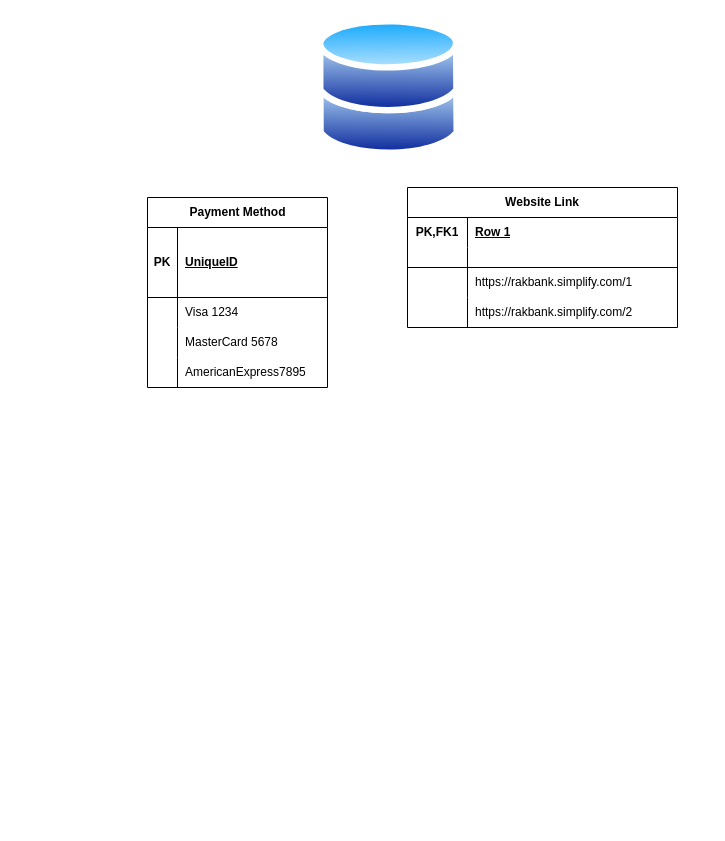
Above: proposal4.drawio in tarikwaleed/diagrams (draw.io), before the change. Source tidied: cells renumbered, new cells numbered last; positions are measured from the earlier drawing's top-left corner, leaving out a move shared by most shapes. Both pictures are drawn from the tidied source at 100%, with x=0, y=0 at pixel (147, 17).
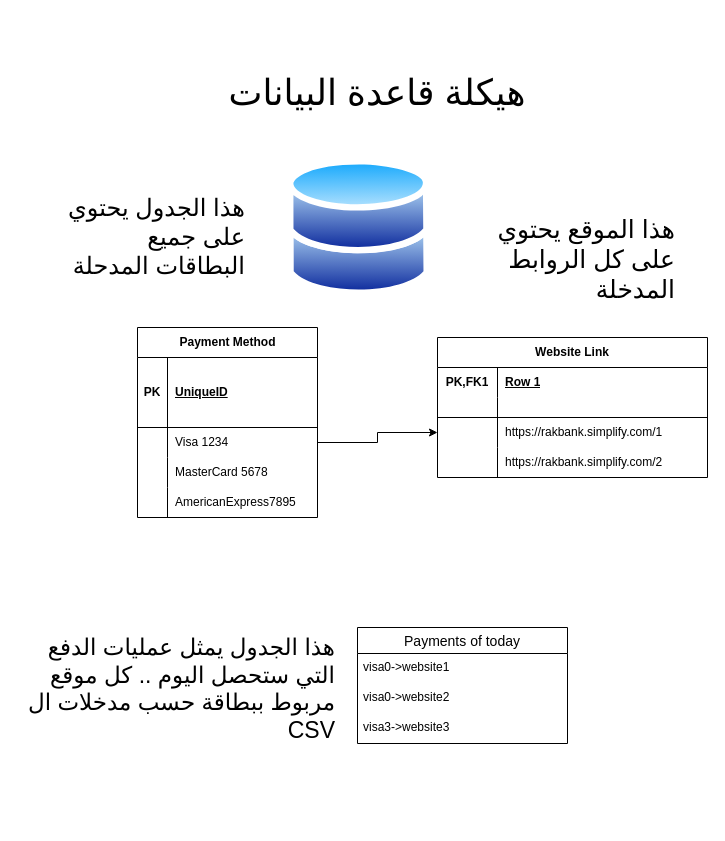
Above is the later version.

Unchanged cells that the change refers to:
```xml
<mxCell id="6" style="shape=tableRow;horizontal=0;startSize=0;swimlaneHead=0;swimlaneBody=0;fillColor=none;points=[[0,0.5],[1,0.5]];portConstraint=eastwest;top=0;left=0;right=0;bottom=0;" parent="2" vertex="1">
  <mxGeometry y="100" width="180" height="30" as="geometry" />
</mxCell>
<mxCell id="22" style="shape=tableRow;horizontal=0;startSize=0;swimlaneHead=0;swimlaneBody=0;fillColor=none;points=[[0,0.5],[1,0.5]];portConstraint=eastwest;top=0;left=0;right=0;bottom=0;html=1;" parent="15" vertex="1">
  <mxGeometry y="80" width="270" height="30" as="geometry" />
</mxCell>
```

Diff of the diagram source:
```diff
@@
     <mxCell id="2" value="Payment Method" style="shape=table;startSize=30;childLayout=tableLayout;rowLines=0;fontStyle=1;align=center;html=1;" parent="1" vertex="1">
-      <mxGeometry y="180" width="180" height="190" as="geometry" />
+      <mxGeometry x="-10" y="310" width="180" height="190" as="geometry" />
     </mxCell>
@@
     <mxCell id="15" value="Website Link" style="shape=table;startSize=30;childLayout=tableLayout;rowLines=0;fontStyle=1;align=center;html=1;whiteSpace=wrap;" parent="1" vertex="1">
-      <mxGeometry x="260" y="170" width="270" height="140" as="geometry" />
+      <mxGeometry x="290" y="320" width="270" height="140" as="geometry" />
     </mxCell>
@@
     <mxCell id="28" style="image;perimeter=ellipsePerimeter;html=1;align=center;shadow=0;dashed=0;spacingTop=3;image=img/lib/active_directory/databases.svg;" parent="1" vertex="1">
-      <mxGeometry x="170" width="142.9" height="140" as="geometry" />
+      <mxGeometry x="140" y="140" width="142.9" height="140" as="geometry" />
     </mxCell>
+    <mxCell id="29" style="edgeStyle=orthogonalEdgeStyle;rounded=0;jettySize=auto;html=1;exitX=1;exitY=0.5;exitDx=0;exitDy=0;entryX=0;entryY=0.5;entryDx=0;entryDy=0;" parent="1" edge="1" source="6" target="22">
+      <mxGeometry relative="1" as="geometry" />
+    </mxCell>
+    <mxCell id="30" value="&lt;font style=&quot;font-size: 36px;&quot;&gt;هيكلة قاعدة البيانات&lt;/font&gt;" style="text;html=1;align=center;verticalAlign=middle;whiteSpace=wrap;rounded=0;" parent="1" vertex="1">
+      <mxGeometry x="10" y="30" width="440" height="90" as="geometry" />
+    </mxCell>
+    <mxCell id="31" value="Payments of today" style="swimlane;fontStyle=0;horizontal=1;startSize=26;align=center;fontSize=14;" parent="1" vertex="1">
+      <mxGeometry x="210" y="610" width="210" height="116" as="geometry" />
+    </mxCell>
+    <mxCell id="32" value="visa0-&amp;gt;website1" style="text;strokeColor=none;fillColor=none;spacingLeft=4;spacingRight=4;overflow=hidden;fontSize=12;whiteSpace=wrap;html=1;" parent="31" vertex="1">
+      <mxGeometry y="26" width="210" height="30" as="geometry" />
+    </mxCell>
+    <mxCell id="33" value="visa0-&amp;gt;website2" style="text;strokeColor=none;fillColor=none;spacingLeft=4;spacingRight=4;overflow=hidden;fontSize=12;whiteSpace=wrap;html=1;" parent="31" vertex="1">
+      <mxGeometry y="56" width="210" height="30" as="geometry" />
+    </mxCell>
+    <mxCell id="34" value="visa3-&amp;gt;website3" style="text;strokeColor=none;fillColor=none;spacingLeft=4;spacingRight=4;overflow=hidden;fontSize=12;whiteSpace=wrap;html=1;" parent="31" vertex="1">
+      <mxGeometry y="86" width="210" height="30" as="geometry" />
+    </mxCell>
+    <mxCell id="35" value="&lt;font style=&quot;font-size: 23px;&quot;&gt;هذا الجدول يمثل عمليات الدفع التي ستحصل اليوم .. كل موقع مربوط ببطاقة حسب مدخلات ال CSV&lt;/font&gt;" style="text;html=1;whiteSpace=wrap;overflow=hidden;rounded=0;align=right;" parent="1" vertex="1">
+      <mxGeometry x="-130" y="610" width="320" height="194" as="geometry" />
+    </mxCell>
+    <mxCell id="36" value="&lt;h1 style=&quot;margin-top: 0px;&quot;&gt;&lt;span style=&quot;font-weight: normal;&quot;&gt;هذا الجدول يحتوي على جميع البطاقات المدحلة&lt;/span&gt;&lt;/h1&gt;" style="text;html=1;whiteSpace=wrap;overflow=hidden;rounded=0;align=right;" parent="1" vertex="1">
+      <mxGeometry x="-80" y="170" width="180" height="120" as="geometry" />
+    </mxCell>
+    <mxCell id="37" value="&lt;font style=&quot;font-size: 25px;&quot;&gt;هذا الموقع يحتوي على كل الروابط المدخلة&lt;/font&gt;" style="text;html=1;whiteSpace=wrap;overflow=hidden;rounded=0;align=right;" parent="1" vertex="1">
+      <mxGeometry x="350" y="190" width="180" height="120" as="geometry" />
+    </mxCell>
```
